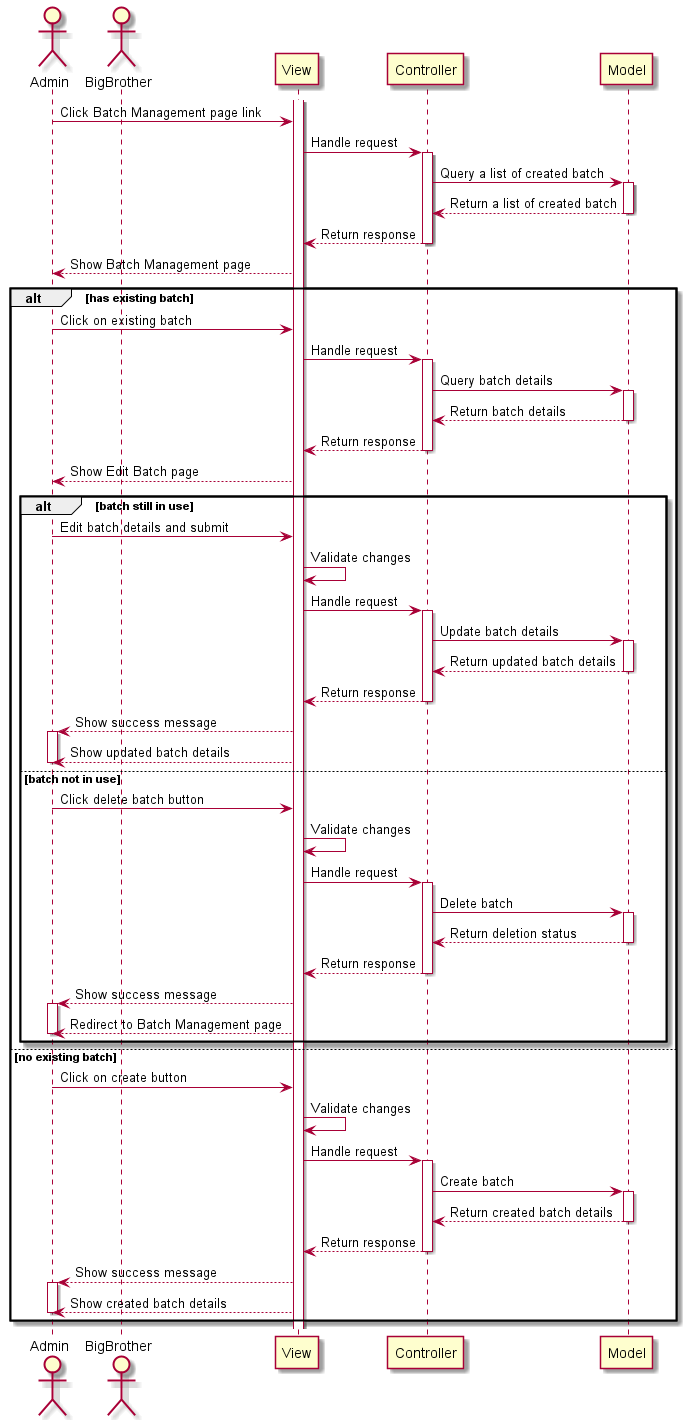
Before: out/plantuml/proposed/sequence/manage-batch/manage-batch.png, a diagram exported from PlantUML (radical-doubting/anikultura-diagrams).
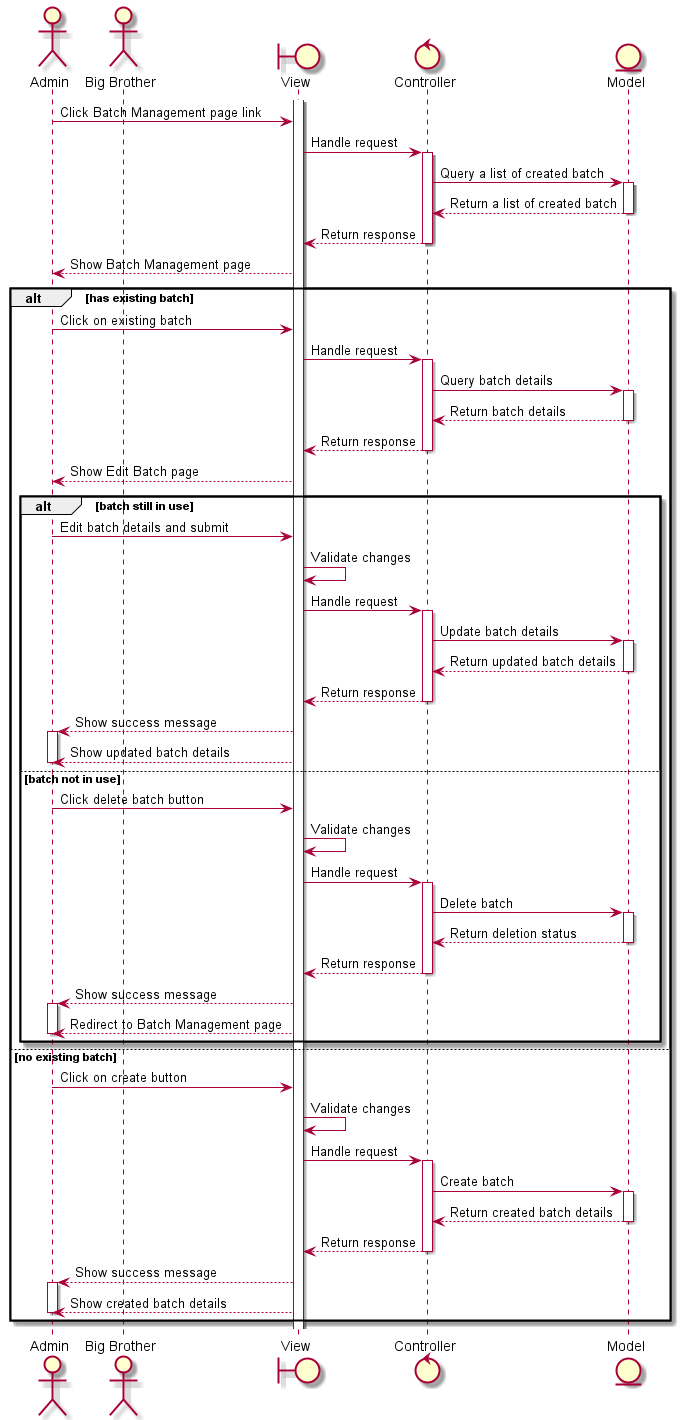
After the change.

Diff of the diagram source:
```diff
@@ -1,10 +1,10 @@
 @startuml
 
 actor Admin as admin
-actor BigBrother as bigbrother
-participant View as view
-participant Controller as controller
-participant Model as model
+actor "Big Brother" as bigbrother
+boundary View as view
+control Controller as controller
+entity Model as model
 
 activate view
 
```
